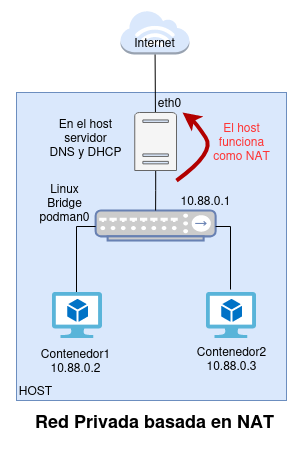
Earlier version of the draw.io export contenido/modulo4/img/defecto.png (josedom24/curso_podman_ow). Source tidied: cells renumbered, new cells last; positions are measured from the earlier drawing's top-left corner, leaving out a move shared by most shapes.
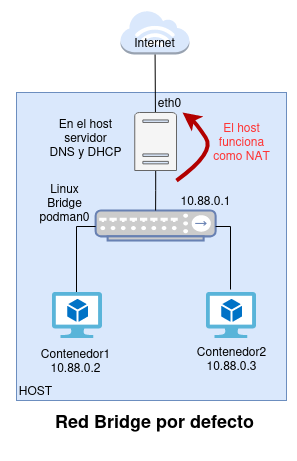
After the commit.

Commit message:
Imagen bridge por defecto

Diff of the diagram source:
```diff
@@ -59,8 +59,8 @@
     <mxCell id="17" value="&lt;div&gt;Contenedor1&lt;/div&gt;&lt;div&gt;10.88.0.2&lt;br&gt;&lt;/div&gt;" style="text;html=1;align=center;verticalAlign=middle;fillColor=none;strokeColor=none;rounded=0;" parent="1" vertex="1">
       <mxGeometry x="20" y="330" width="90" height="40" as="geometry" />
     </mxCell>
-    <mxCell id="18" value="&lt;h2&gt;&lt;font size=&quot;1&quot;&gt;&lt;b style=&quot;font-size: 18px&quot;&gt;Red Privada basada en NAT&lt;/b&gt;&lt;/font&gt;&lt;/h2&gt;" style="text;html=1;align=center;verticalAlign=middle;fillColor=none;strokeColor=none;rounded=0;" parent="1" vertex="1">
-      <mxGeometry x="19.2" y="385" width="250" height="50" as="geometry" />
+    <mxCell id="18" value="&lt;h2&gt;&lt;font size=&quot;1&quot;&gt;&lt;b style=&quot;font-size: 18px&quot;&gt;Red Bridge por defecto&lt;br&gt;&lt;/b&gt;&lt;/font&gt;&lt;/h2&gt;" style="text;html=1;align=center;verticalAlign=middle;fillColor=none;strokeColor=none;rounded=0;" parent="1" vertex="1">
+      <mxGeometry x="34.2" y="380" width="220" height="60" as="geometry" />
     </mxCell>
     <mxCell id="19" value="&lt;div&gt;En el host&lt;/div&gt;&lt;div&gt;servidor &lt;br&gt;&lt;/div&gt;&lt;div&gt;DNS y DHCP&lt;br&gt;&lt;/div&gt;" style="text;html=1;align=center;verticalAlign=middle;fillColor=none;strokeColor=none;rounded=0;" parent="1" vertex="1">
       <mxGeometry x="30.1" y="102" width="90" height="50" as="geometry" />
```
